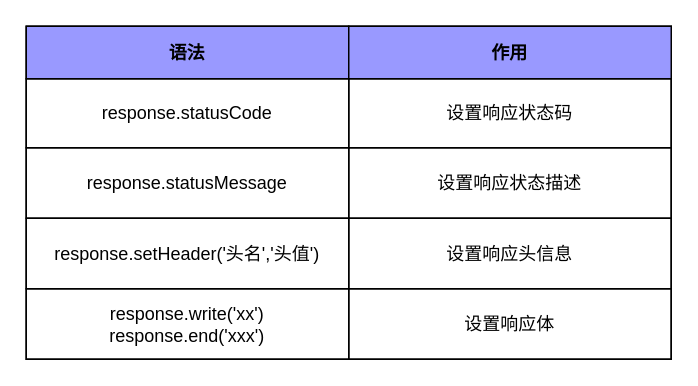
letengzz/Drawing keeps this draw.io diagram as page "设置 HTTP 响应报文" (8 of 8) of nodejs.drawio. Above is the earlier version. Source tidied: cells renumbered, new cells numbered last; positions are measured from the earlier drawing's top-left corner, leaving out a move shared by most shapes. Both pictures are drawn from the tidied source at 150%, with x=0, y=0 at pixel (26, 26).
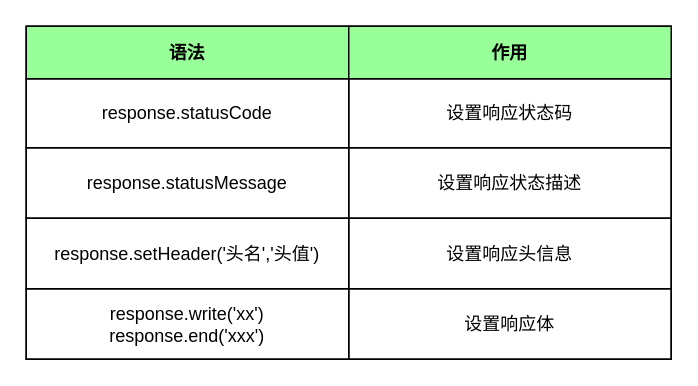
After the change.

The edit, as a diff of the source:
```diff
@@
 <mxGraphModel>
   <root>
     <mxCell id="0" />
     <mxCell id="1" parent="0" />
     <mxCell id="2" style="childLayout=tableLayout;shadow=0;fillColor=none;" parent="1" vertex="1">
       <mxGeometry width="430" height="222" as="geometry" />
     </mxCell>
     <mxCell id="3" style="shape=tableRow;horizontal=0;startSize=0;swimlaneHead=0;swimlaneBody=0;top=0;left=0;bottom=0;right=0;fontStyle=0;fillColor=none;strokeColor=inherit;" parent="2" vertex="1">
       <mxGeometry width="430" height="35" as="geometry" />
     </mxCell>
-    <mxCell id="4" value="语法" style="strokeColor=inherit;fillColor=#9999FF;align=center;whiteSpace=wrap;html=1;fontStyle=1;" parent="3" vertex="1">
+    <mxCell id="4" value="语法" style="strokeColor=inherit;fillColor=#99FF99;align=center;whiteSpace=wrap;html=1;fontStyle=1;" parent="3" vertex="1">
       <mxGeometry width="215" height="35" as="geometry" />
     </mxCell>
-    <mxCell id="5" value="作用" style="strokeColor=inherit;fillColor=#9999FF;align=center;whiteSpace=wrap;html=1;fontStyle=1;" parent="3" vertex="1">
+    <mxCell id="5" value="作用" style="strokeColor=inherit;fillColor=#99FF99;align=center;whiteSpace=wrap;html=1;fontStyle=1;" parent="3" vertex="1">
       <mxGeometry x="215" width="215" height="35" as="geometry" />
     </mxCell>
     <mxCell id="6" style="shape=tableRow;horizontal=0;startSize=0;swimlaneHead=0;swimlaneBody=0;top=0;left=0;bottom=0;right=0;fontStyle=0;fillColor=none;strokeColor=inherit;" parent="2" vertex="1">
       <mxGeometry y="35" width="430" height="46" as="geometry" />
     </mxCell>
     <mxCell id="7" value="response.statusCode" style="strokeColor=inherit;fillColor=none;align=center;whiteSpace=wrap;html=1;" parent="6" vertex="1">
       <mxGeometry width="215" height="46" as="geometry" />
     </mxCell>
     <mxCell id="8" value="设置响应状态码" style="strokeColor=inherit;fillColor=none;align=center;whiteSpace=wrap;html=1;" parent="6" vertex="1">
       <mxGeometry x="215" width="215" height="46" as="geometry" />
     </mxCell>
     <mxCell id="9" style="shape=tableRow;horizontal=0;startSize=0;swimlaneHead=0;swimlaneBody=0;top=0;left=0;bottom=0;right=0;fontStyle=0;fillColor=none;strokeColor=inherit;" parent="2" vertex="1">
       <mxGeometry y="81" width="430" height="47" as="geometry" />
     </mxCell>
     <mxCell id="10" value="response.statusMessage" style="strokeColor=inherit;fillColor=none;align=center;whiteSpace=wrap;html=1;" parent="9" vertex="1">
       <mxGeometry width="215" height="47" as="geometry" />
     </mxCell>
     <mxCell id="11" value="设置响应状态描述" style="strokeColor=inherit;fillColor=none;align=center;whiteSpace=wrap;html=1;" parent="9" vertex="1">
       <mxGeometry x="215" width="215" height="47" as="geometry" />
     </mxCell>
     <mxCell id="12" style="shape=tableRow;horizontal=0;startSize=0;swimlaneHead=0;swimlaneBody=0;top=0;left=0;bottom=0;right=0;fontStyle=0;fillColor=none;strokeColor=inherit;" parent="2" vertex="1">
       <mxGeometry y="128" width="430" height="47" as="geometry" />
     </mxCell>
     <mxCell id="13" value="response.setHeader('头名','头值')" style="strokeColor=inherit;fillColor=none;align=center;whiteSpace=wrap;html=1;" parent="12" vertex="1">
       <mxGeometry width="215" height="47" as="geometry" />
     </mxCell>
     <mxCell id="14" value="设置响应头信息" style="strokeColor=inherit;fillColor=none;align=center;whiteSpace=wrap;html=1;" parent="12" vertex="1">
       <mxGeometry x="215" width="215" height="47" as="geometry" />
     </mxCell>
     <mxCell id="15" style="shape=tableRow;horizontal=0;startSize=0;swimlaneHead=0;swimlaneBody=0;top=0;left=0;bottom=0;right=0;fontStyle=0;fillColor=none;strokeColor=inherit;" parent="2" vertex="1">
       <mxGeometry y="175" width="430" height="47" as="geometry" />
     </mxCell>
     <mxCell id="16" value="response.write('xx')&lt;br&gt;response.end('xxx')" style="strokeColor=inherit;fillColor=none;align=center;whiteSpace=wrap;html=1;" parent="15" vertex="1">
       <mxGeometry width="215" height="47" as="geometry" />
     </mxCell>
     <mxCell id="17" value="设置响应体" style="strokeColor=inherit;fillColor=none;align=center;whiteSpace=wrap;html=1;" parent="15" vertex="1">
       <mxGeometry x="215" width="215" height="47" as="geometry" />
     </mxCell>
   </root>
 </mxGraphModel>
```
